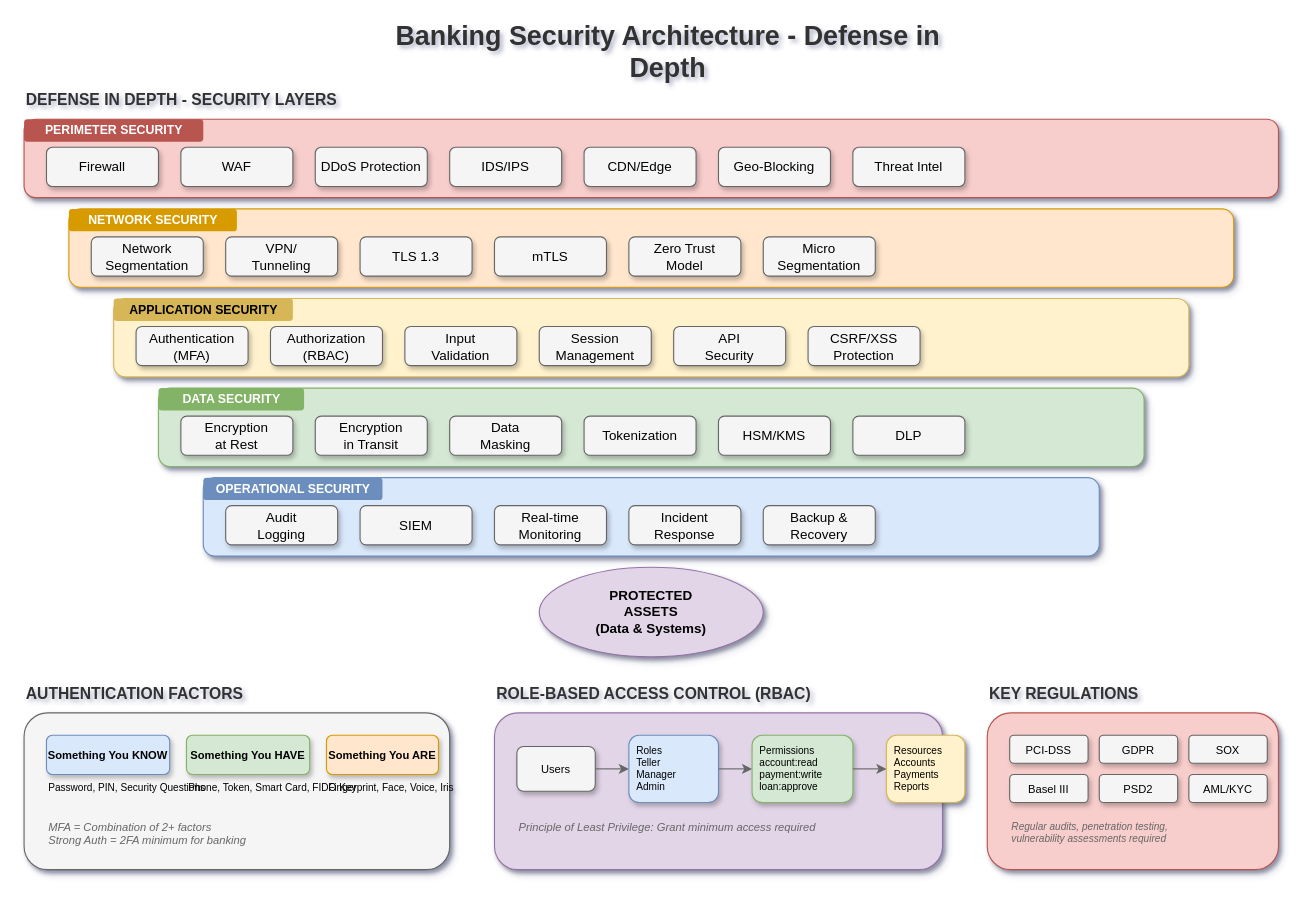
Earlier version of the draw.io diagram lesson-11-security-and-compliance/11.0-security-architecture.drawio (MrParkerZ7/document-lesson-core-banking-business-system-technology-x-claude). Source tidied: cells renumbered, new cells numbered last; positions are measured from the earlier drawing's top-left corner, leaving out a move shared by most shapes. Both pictures are drawn from the tidied source at 112%, with x=0, y=0 at pixel (24, 29).
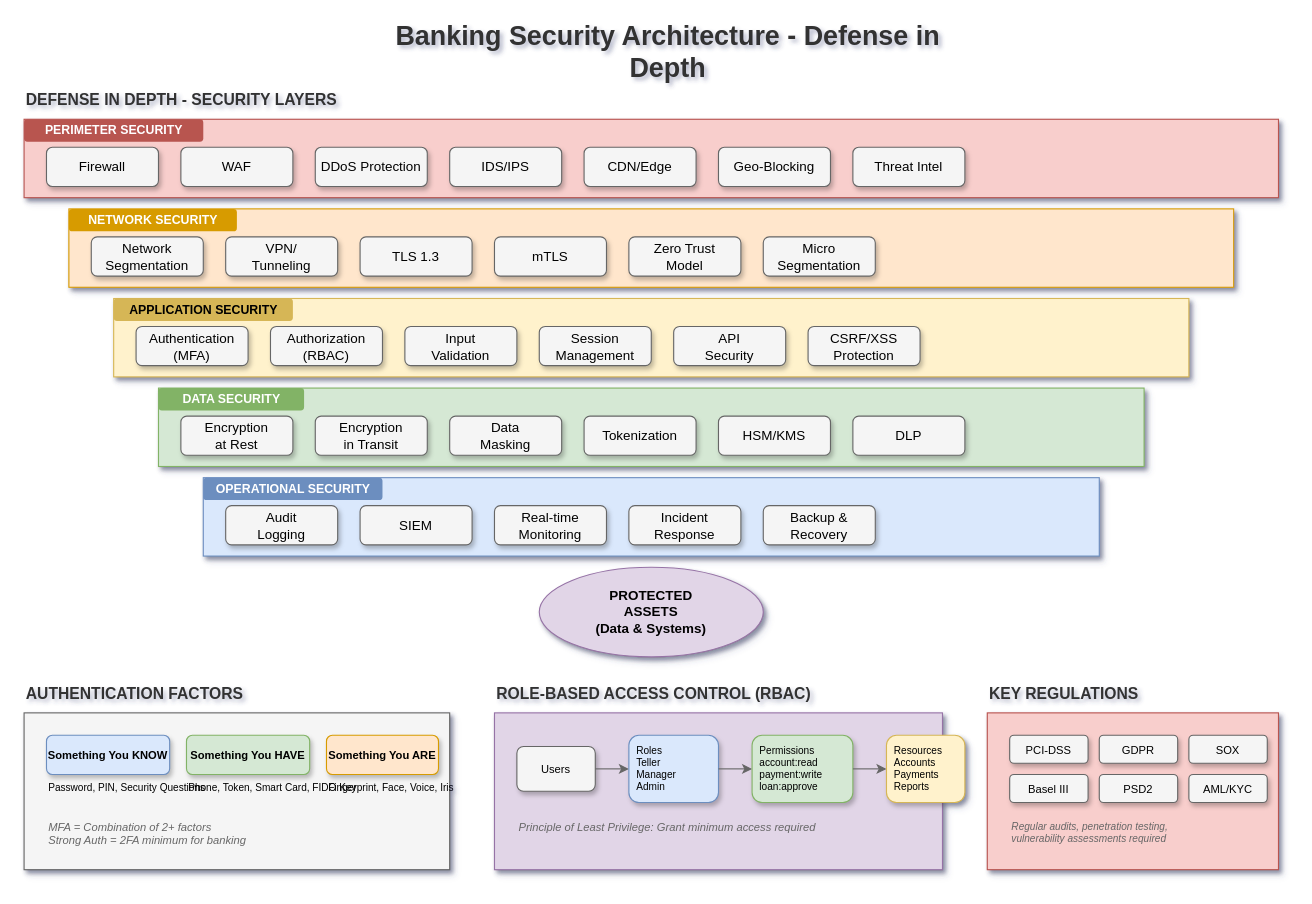
After the change.

Diff of the diagram source:
```diff
@@
-    <mxCell id="4" style="rounded=1;whiteSpace=wrap;html=1;fillColor=#f8cecc;strokeColor=#b85450;shadow=1;" parent="1" vertex="1">
+    <mxCell id="4" style="rounded=0;whiteSpace=wrap;html=1;fillColor=#f8cecc;strokeColor=#b85450;shadow=1;" parent="1" vertex="1">
       <mxGeometry y="80" width="1120" height="70" as="geometry" />
     </mxCell>
@@
-    <mxCell id="13" style="rounded=1;whiteSpace=wrap;html=1;fillColor=#ffe6cc;strokeColor=#d79b00;shadow=1;" parent="1" vertex="1">
+    <mxCell id="13" style="rounded=0;whiteSpace=wrap;html=1;fillColor=#ffe6cc;strokeColor=#d79b00;shadow=1;" parent="1" vertex="1">
       <mxGeometry x="40" y="160" width="1040" height="70" as="geometry" />
     </mxCell>
@@
-    <mxCell id="21" style="rounded=1;whiteSpace=wrap;html=1;fillColor=#fff2cc;strokeColor=#d6b656;shadow=1;" parent="1" vertex="1">
+    <mxCell id="21" style="rounded=0;whiteSpace=wrap;html=1;fillColor=#fff2cc;strokeColor=#d6b656;shadow=1;" parent="1" vertex="1">
       <mxGeometry x="80" y="240" width="960" height="70" as="geometry" />
     </mxCell>
@@
-    <mxCell id="29" style="rounded=1;whiteSpace=wrap;html=1;fillColor=#d5e8d4;strokeColor=#82b366;shadow=1;" parent="1" vertex="1">
+    <mxCell id="29" style="rounded=0;whiteSpace=wrap;html=1;fillColor=#d5e8d4;strokeColor=#82b366;shadow=1;" parent="1" vertex="1">
       <mxGeometry x="120" y="320" width="880" height="70" as="geometry" />
     </mxCell>
@@
-    <mxCell id="37" style="rounded=1;whiteSpace=wrap;html=1;fillColor=#dae8fc;strokeColor=#6c8ebf;shadow=1;" parent="1" vertex="1">
+    <mxCell id="37" style="rounded=0;whiteSpace=wrap;html=1;fillColor=#dae8fc;strokeColor=#6c8ebf;shadow=1;" parent="1" vertex="1">
       <mxGeometry x="160" y="400" width="800" height="70" as="geometry" />
     </mxCell>
@@
-    <mxCell id="46" style="rounded=1;whiteSpace=wrap;html=1;fillColor=#f5f5f5;strokeColor=#666666;shadow=1;" parent="1" vertex="1">
+    <mxCell id="46" style="rounded=0;whiteSpace=wrap;html=1;fillColor=#f5f5f5;strokeColor=#666666;shadow=1;" parent="1" vertex="1">
       <mxGeometry y="610" width="380" height="140" as="geometry" />
     </mxCell>
@@
-    <mxCell id="55" style="rounded=1;whiteSpace=wrap;html=1;fillColor=#e1d5e7;strokeColor=#9673a6;shadow=1;" parent="1" vertex="1">
+    <mxCell id="55" style="rounded=0;whiteSpace=wrap;html=1;fillColor=#e1d5e7;strokeColor=#9673a6;shadow=1;" parent="1" vertex="1">
       <mxGeometry x="420" y="610" width="400" height="140" as="geometry" />
     </mxCell>
@@
-    <mxCell id="65" style="rounded=1;whiteSpace=wrap;html=1;fillColor=#f8cecc;strokeColor=#b85450;shadow=1;" parent="1" vertex="1">
+    <mxCell id="65" style="rounded=0;whiteSpace=wrap;html=1;fillColor=#f8cecc;strokeColor=#b85450;shadow=1;" parent="1" vertex="1">
       <mxGeometry x="860" y="610" width="260" height="140" as="geometry" />
     </mxCell>
```
